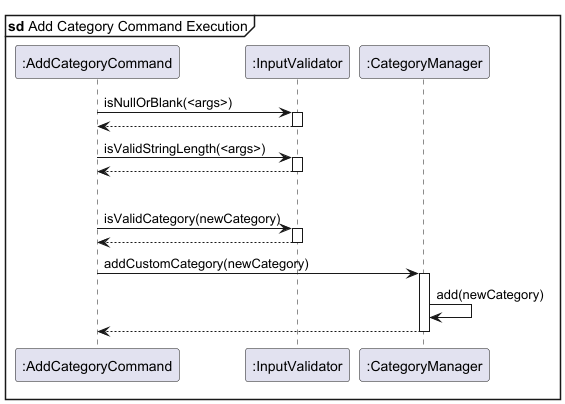
This is docs/images/add_category.png from randust/tp, a PlantUML export, as it was before one commit. Source of this version:
```plantuml
@startuml add_category

mainframe **sd** Add Category Command Execution

participant ":AddCategoryCommand" as command
participant ":InputValidator" as Validator
participant ":CategoryManager" as manager

command -> Validator : isNullOrBlank(<args>)
activate Validator

Validator --> command :
deactivate Validator

command -> Validator : isValidStringLength(<args>)
activate Validator

Validator --> command :
deactivate Validator
|||
command -> Validator : isValidCategory(newCategory)
activate Validator

Validator --> command :
deactivate Validator

command -> manager : addCustomCategory(newCategory)
activate manager
manager -> manager : add(newCategory)

manager --> command:
deactivate manager





@enduml
```
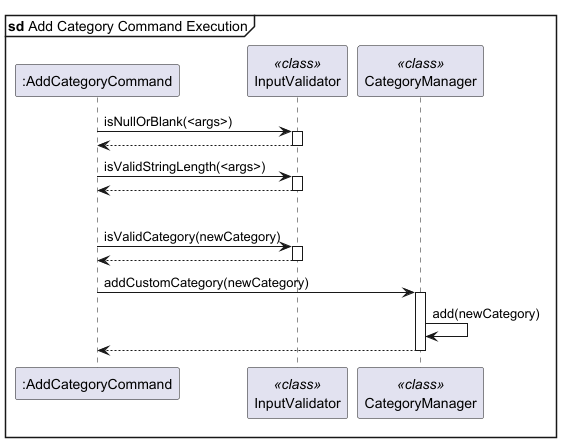
The same file after the commit.

The edit, as a diff of the source:
```diff
@@ -3,8 +3,8 @@
 mainframe **sd** Add Category Command Execution
 
 participant ":AddCategoryCommand" as command
-participant ":InputValidator" as Validator
-participant ":CategoryManager" as manager
+participant "InputValidator" as Validator <<class>>
+participant "CategoryManager" as manager <<class>>
 
 command -> Validator : isNullOrBlank(<args>)
 activate Validator
```
